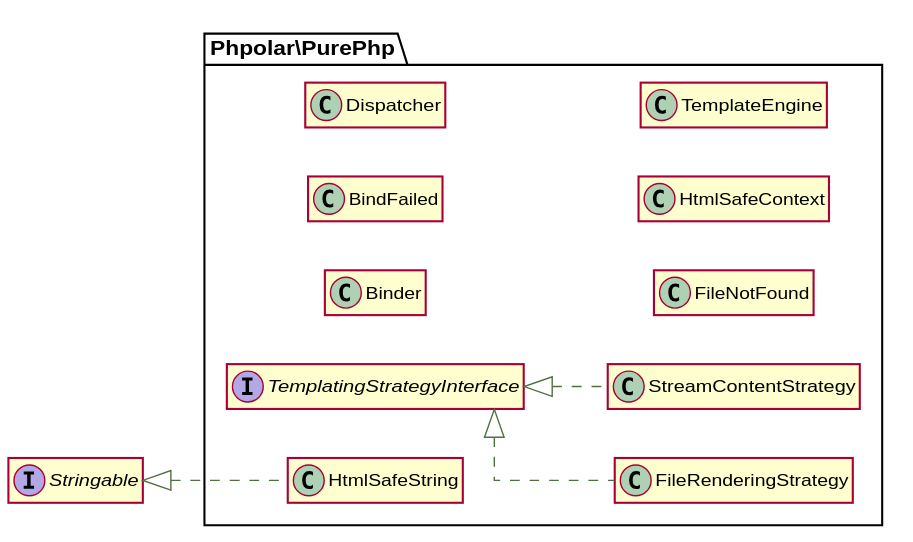
This is docs/graphs/classes.svg from phpolar/pure-php, a PlantUML export, as it was before one commit.
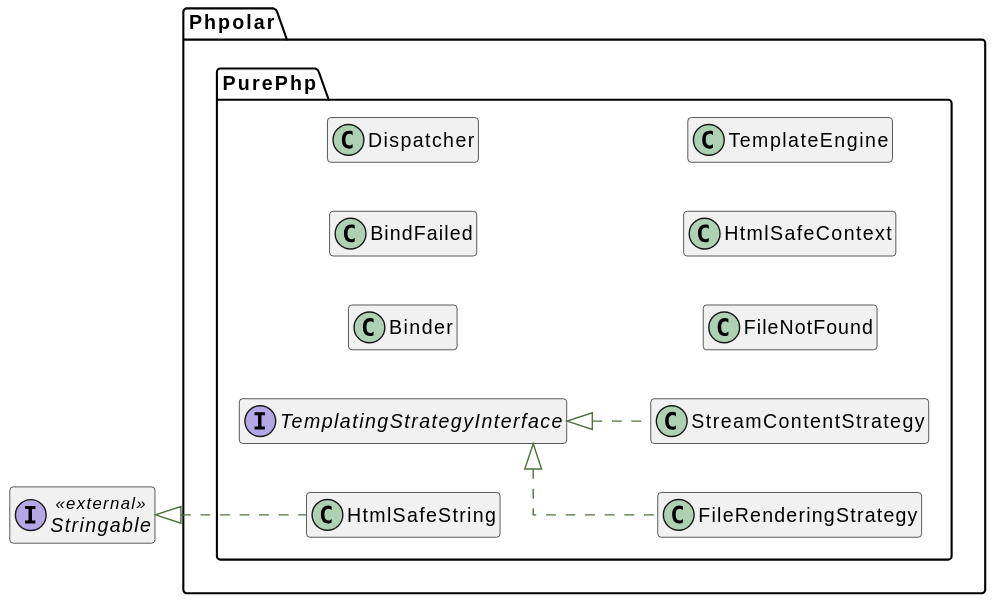
The same diagram one commit later.

The edit, as a diff of the source:
```diff
@@ -12,35 +12,46 @@
 left to right direction
 set namespaceSeparator \\
 
-
-class \\Phpolar\\PurePhp\\Binder {
+namespace Phpolar\\PurePhp {
+     class "Binder" as Binder__class    {
+    }
 }
-
-class \\Phpolar\\PurePhp\\BindFailed {
+namespace Phpolar\\PurePhp {
+     class "BindFailed" as BindFailed__class    {
+    }
 }
-
-class \\Phpolar\\PurePhp\\Dispatcher {
+namespace Phpolar\\PurePhp {
+     class "Dispatcher" as Dispatcher__class    {
+    }
 }
-
-class \\Phpolar\\PurePhp\\FileNotFound {
+namespace Phpolar\\PurePhp {
+     class "FileNotFound" as FileNotFound__class    {
+    }
 }
-
-class \\Phpolar\\PurePhp\\FileRenderingStrategy implements \\Phpolar\\PurePhp\\TemplatingStrategyInterface {
+namespace Phpolar\\PurePhp {
+    interface "TemplatingStrategyInterface" as TemplatingStrategyInterface__interface  {
+    }
 }
-
-class \\Phpolar\\PurePhp\\HtmlSafeContext {
+namespace Phpolar\\PurePhp {
+     class "FileRenderingStrategy" as FileRenderingStrategy__class    implements \\Phpolar\\PurePhp\\TemplatingStrategyInterface__interface {
+    }
 }
-
-class \\Phpolar\\PurePhp\\HtmlSafeString implements \\Stringable {
+namespace Phpolar\\PurePhp {
+     class "HtmlSafeContext" as HtmlSafeContext__class    {
+    }
 }
-
-class \\Phpolar\\PurePhp\\StreamContentStrategy implements \\Phpolar\\PurePhp\\TemplatingStrategyInterface {
+interface "Stringable" as Stringable__class << external >>{
 }
-
-class \\Phpolar\\PurePhp\\TemplateEngine {
+namespace Phpolar\\PurePhp {
+     class "HtmlSafeString" as HtmlSafeString__class    implements \\Stringable__class {
+    }
 }
-
-interface \\Phpolar\\PurePhp\\TemplatingStrategyInterface {
+namespace Phpolar\\PurePhp {
+     class "StreamContentStrategy" as StreamContentStrategy__class    implements \\Phpolar\\PurePhp\\TemplatingStrategyInterface__interface {
+    }
 }
-
+namespace Phpolar\\PurePhp {
+     class "TemplateEngine" as TemplateEngine__class    {
+    }
+}
 @enduml
```
